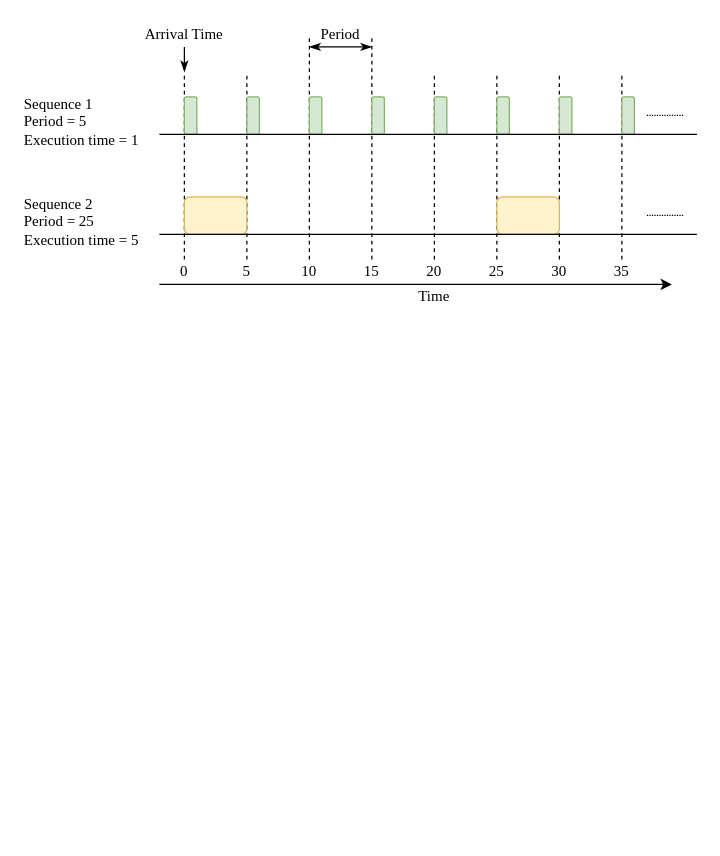
Above: Untitled Diagram.drawio in GooTim/Reference (draw.io), before the change. Source tidied: cells renumbered, new cells numbered last; positions are measured from the earlier drawing's top-left corner, leaving out a move shared by most shapes. Both pictures are drawn from the tidied source at 125%, with x=0, y=0 at pixel (21, 21).
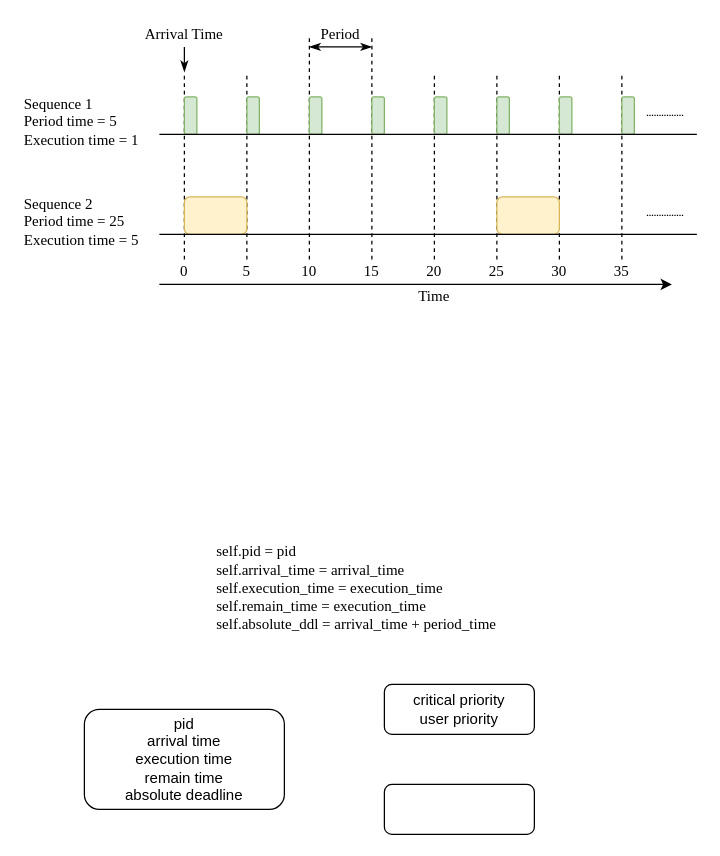
The same diagram, later.

The edit, as a diff of the source:
```diff
@@
+    <mxCell id="40" value="pid&lt;br&gt;arrival time&lt;br&gt;execution time&lt;br&gt;remain time&lt;br&gt;absolute deadline" style="rounded=1;whiteSpace=wrap;html=1;fillColor=none;" parent="1" vertex="1">
+      <mxGeometry x="50" y="550" width="160" height="80" as="geometry" />
+    </mxCell>
@@
-    <mxCell id="32" value="&lt;font face=&quot;Times New Roman&quot;&gt;Sequence 1&lt;br&gt;Period = 5&lt;br&gt;Execution time = 1&lt;/font&gt;" style="text;html=1;strokeColor=none;fillColor=none;align=left;verticalAlign=middle;whiteSpace=wrap;rounded=0;" parent="1" vertex="1">
+    <mxCell id="32" value="&lt;font face=&quot;Times New Roman&quot;&gt;Sequence 1&lt;br&gt;Period time = 5&lt;br&gt;Execution time = 1&lt;/font&gt;" style="text;html=1;strokeColor=none;fillColor=none;align=left;verticalAlign=middle;whiteSpace=wrap;rounded=0;" parent="1" vertex="1">
       <mxGeometry y="60" width="110" height="40" as="geometry" />
     </mxCell>
-    <mxCell id="33" value="&lt;font face=&quot;Times New Roman&quot;&gt;Sequence 2&lt;br&gt;Period = 25&lt;br&gt;Execution time = 5&lt;/font&gt;" style="text;html=1;strokeColor=none;fillColor=none;align=left;verticalAlign=middle;whiteSpace=wrap;rounded=0;" parent="1" vertex="1">
+    <mxCell id="33" value="&lt;font face=&quot;Times New Roman&quot;&gt;Sequence 2&lt;br&gt;Period time = 25&lt;br&gt;Execution time = 5&lt;/font&gt;" style="text;html=1;strokeColor=none;fillColor=none;align=left;verticalAlign=middle;whiteSpace=wrap;rounded=0;" parent="1" vertex="1">
       <mxGeometry y="140" width="110" height="40" as="geometry" />
     </mxCell>
@@
+    <mxCell id="41" value="&lt;div&gt;&lt;font face=&quot;Times New Roman&quot;&gt;&amp;nbsp; &amp;nbsp; &amp;nbsp; &amp;nbsp; self.pid = pid&lt;/font&gt;&lt;/div&gt;&lt;div&gt;&lt;font face=&quot;Times New Roman&quot;&gt;&amp;nbsp; &amp;nbsp; &amp;nbsp; &amp;nbsp; self.arrival_time = arrival_time&lt;/font&gt;&lt;/div&gt;&lt;div&gt;&lt;font face=&quot;Times New Roman&quot;&gt;&amp;nbsp; &amp;nbsp; &amp;nbsp; &amp;nbsp; self.execution_time = execution_time&lt;/font&gt;&lt;/div&gt;&lt;div&gt;&lt;font face=&quot;Times New Roman&quot;&gt;&amp;nbsp; &amp;nbsp; &amp;nbsp; &amp;nbsp; self.remain_time = execution_time&lt;/font&gt;&lt;/div&gt;&lt;div&gt;&lt;font face=&quot;Times New Roman&quot;&gt;&amp;nbsp; &amp;nbsp; &amp;nbsp; &amp;nbsp; self.absolute_ddl = arrival_time + period_time&lt;/font&gt;&lt;/div&gt;&lt;div&gt;&lt;br&gt;&lt;/div&gt;" style="text;html=1;strokeColor=none;fillColor=none;align=left;verticalAlign=middle;whiteSpace=wrap;rounded=0;" parent="1" vertex="1">
+      <mxGeometry x="130" y="410" width="300" height="100" as="geometry" />
+    </mxCell>
+    <mxCell id="42" value="critical priority&lt;br&gt;user priority" style="rounded=1;whiteSpace=wrap;html=1;fillColor=none;" parent="1" vertex="1">
+      <mxGeometry x="290" y="530" width="120" height="40" as="geometry" />
+    </mxCell>
+    <mxCell id="43" style="rounded=1;whiteSpace=wrap;html=1;fillColor=none;" parent="1" vertex="1">
+      <mxGeometry x="290" y="610" width="120" height="40" as="geometry" />
+    </mxCell>
```
